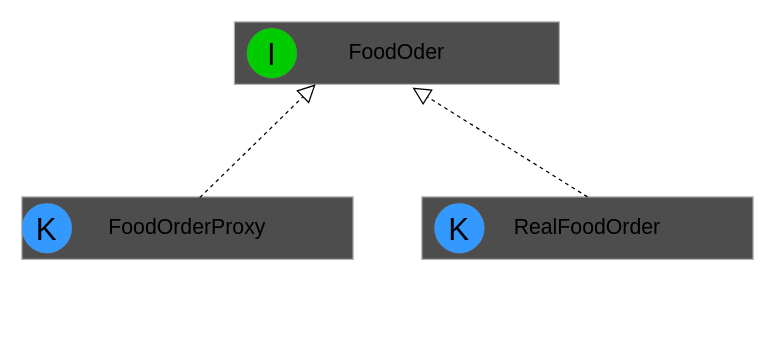
Above: src/main/java/com/splab/patterns/structuralPatterns/proxy/prox.drawio in Sava175/SpLab (draw.io), before the change. Source tidied: cells renumbered, new cells numbered last; positions are measured from the earlier drawing's top-left corner, leaving out a move shared by most shapes. Both pictures are drawn from the tidied source at 125%, with x=0, y=0 at pixel (21, 21).
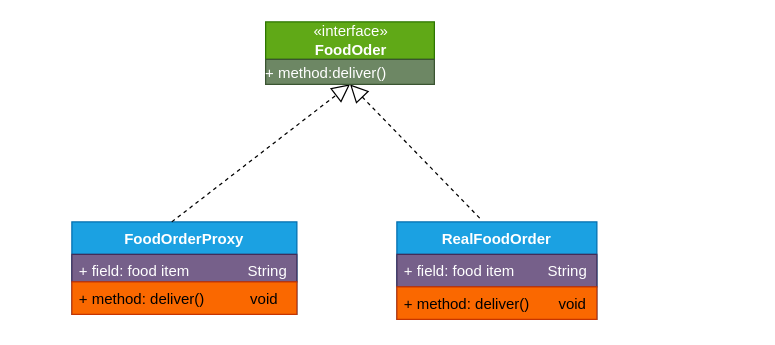
After the change.

Diff of the diagram source:
```diff
@@
 <mxGraphModel>
   <root>
     <mxCell id="0" />
     <mxCell id="1" parent="0" />
-    <mxCell id="2" value="&lt;font style=&quot;font-size: 17px;&quot;&gt;FoodOder&lt;/font&gt;" style="rounded=0;whiteSpace=wrap;html=1;fillColor=#4D4D4D;align=center;strokeColor=#B3B3B3;" parent="1" vertex="1">
-      <mxGeometry x="170" width="260" height="50" as="geometry" />
-    </mxCell>
-    <mxCell id="3" value="I" style="ellipse;whiteSpace=wrap;html=1;strokeColor=#B3B3B3;strokeWidth=0;fontSize=25;fontColor=#000000;fillColor=#00CC00;" parent="1" vertex="1">
-      <mxGeometry x="180" y="5" width="40" height="40" as="geometry" />
-    </mxCell>
+    <mxCell id="10" value="«interface»&lt;br&gt;&lt;b&gt;FoodOder&lt;/b&gt;" style="html=1;fillColor=#60a917;fontColor=#ffffff;strokeColor=#2D7600;" parent="1" vertex="1">
+      <mxGeometry x="195" width="135" height="30" as="geometry" />
+    </mxCell>
-    <mxCell id="4" value="&lt;font style=&quot;font-size: 17px;&quot;&gt;FoodOrderProxy&lt;/font&gt;" style="rounded=0;whiteSpace=wrap;html=1;fillColor=#4D4D4D;align=center;strokeColor=#B3B3B3;" parent="1" vertex="1">
-      <mxGeometry y="140" width="265" height="50" as="geometry" />
+    <mxCell id="4" value="FoodOrderProxy" style="swimlane;fontStyle=1;align=center;verticalAlign=top;horizontal=1;startSize=26;fillColor=#1ba1e2;fontColor=#ffffff;strokeColor=#006EAF;" parent="1" vertex="1">
+      <mxGeometry x="40" y="160" width="180" height="74" as="geometry" />
     </mxCell>
-    <mxCell id="5" value="K" style="ellipse;whiteSpace=wrap;html=1;strokeColor=#B3B3B3;strokeWidth=0;fontSize=25;fontColor=#000000;fillColor=#3399FF;" parent="1" vertex="1">
-      <mxGeometry y="145" width="40" height="40" as="geometry" />
-    </mxCell>
+    <mxCell id="11" value="+ field: food item              String" style="text;strokeColor=#432D57;fillColor=#76608a;align=left;verticalAlign=top;spacingLeft=4;spacingRight=4;overflow=hidden;fontColor=#ffffff;" parent="4" vertex="1">
+      <mxGeometry y="26" width="180" height="22" as="geometry" />
+    </mxCell>
+    <mxCell id="12" value="+ method: deliver()           void" style="text;strokeColor=#C73500;fillColor=#fa6800;align=left;verticalAlign=top;spacingLeft=4;spacingRight=4;overflow=hidden;fontColor=#000000;" parent="4" vertex="1">
+      <mxGeometry y="48" width="180" height="26" as="geometry" />
+    </mxCell>
-    <mxCell id="6" value="&lt;font style=&quot;font-size: 17px;&quot;&gt;RealFoodOrder&lt;/font&gt;" style="rounded=0;whiteSpace=wrap;html=1;fillColor=#4D4D4D;align=center;strokeColor=#B3B3B3;" parent="1" vertex="1">
-      <mxGeometry x="320" y="140" width="265" height="50" as="geometry" />
+    <mxCell id="6" value="RealFoodOrder" style="swimlane;fontStyle=1;align=center;verticalAlign=top;horizontal=1;startSize=26;fillColor=#1ba1e2;fontColor=#ffffff;strokeColor=#006EAF;" parent="1" vertex="1">
+      <mxGeometry x="300" y="160" width="160" height="78" as="geometry" />
     </mxCell>
-    <mxCell id="7" value="K" style="ellipse;whiteSpace=wrap;html=1;strokeColor=#B3B3B3;strokeWidth=0;fontSize=25;fontColor=#000000;fillColor=#3399FF;" parent="1" vertex="1">
-      <mxGeometry x="330" y="145" width="40" height="40" as="geometry" />
-    </mxCell>
-    <mxCell id="8" style="endArrow=block;dashed=1;endFill=0;endSize=12;html=1;rounded=0;entryX=0.25;entryY=1;entryDx=0;entryDy=0;exitX=0.537;exitY=0.012;exitDx=0;exitDy=0;exitPerimeter=0;" parent="1" edge="1" source="4" target="2">
-      <mxGeometry relative="1" as="geometry" />
-    </mxCell>
-    <mxCell id="9" style="endArrow=block;dashed=1;endFill=0;endSize=12;html=1;rounded=0;entryX=0.548;entryY=1.052;entryDx=0;entryDy=0;entryPerimeter=0;exitX=0.5;exitY=0;exitDx=0;exitDy=0;" parent="1" edge="1" source="6" target="2">
-      <mxGeometry relative="1" as="geometry" />
-    </mxCell>
+    <mxCell id="13" value="+ field: food item        String" style="text;strokeColor=#432D57;fillColor=#76608a;align=left;verticalAlign=top;spacingLeft=4;spacingRight=4;overflow=hidden;fontColor=#ffffff;" parent="6" vertex="1">
+      <mxGeometry y="26" width="160" height="26" as="geometry" />
+    </mxCell>
+    <mxCell id="14" value="+ method: deliver()       void" style="text;strokeColor=#C73500;fillColor=#fa6800;align=left;verticalAlign=top;spacingLeft=4;spacingRight=4;overflow=hidden;fontColor=#000000;" parent="6" vertex="1">
+      <mxGeometry y="52" width="160" height="26" as="geometry" />
+    </mxCell>
+    <mxCell id="15" style="endArrow=block;dashed=1;endFill=0;endSize=12;html=1;rounded=0;exitX=0.414;exitY=-0.039;exitDx=0;exitDy=0;exitPerimeter=0;entryX=0.5;entryY=1;entryDx=0;entryDy=0;" parent="1" edge="1" source="6" target="17">
+      <mxGeometry relative="1" as="geometry" />
+    </mxCell>
+    <mxCell id="16" style="endArrow=block;dashed=1;endFill=0;endSize=12;html=1;rounded=0;entryX=0.5;entryY=1;entryDx=0;entryDy=0;exitX=0.444;exitY=0;exitDx=0;exitDy=0;exitPerimeter=0;" parent="1" edge="1" source="4" target="17">
+      <mxGeometry relative="1" as="geometry" />
+    </mxCell>
+    <mxCell id="17" value="&lt;p style=&quot;margin: 4px 0px 0px;&quot;&gt;+ method:deliver()&lt;br&gt;&lt;br&gt;&lt;/p&gt;" style="verticalAlign=top;align=left;overflow=fill;fontSize=12;fontFamily=Helvetica;html=1;fillColor=#6d8764;fontColor=#ffffff;strokeColor=#3A5431;" parent="1" vertex="1">
+      <mxGeometry x="195" y="30" width="135" height="20" as="geometry" />
+    </mxCell>
   </root>
 </mxGraphModel>
```
